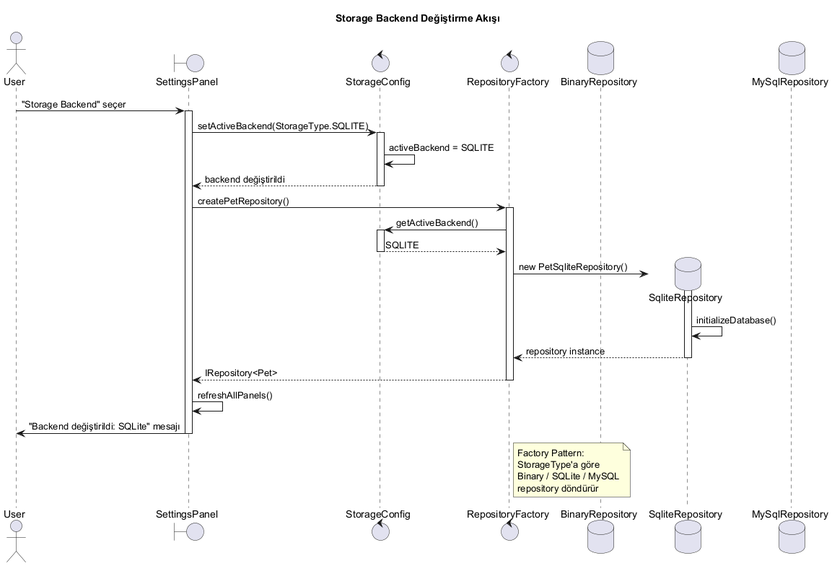
Earlier version of the PlantUML export design/plantuml/SwitchStorageSequence.png (SecureCypher/cen-206-38-mehdi-karagulle-java).
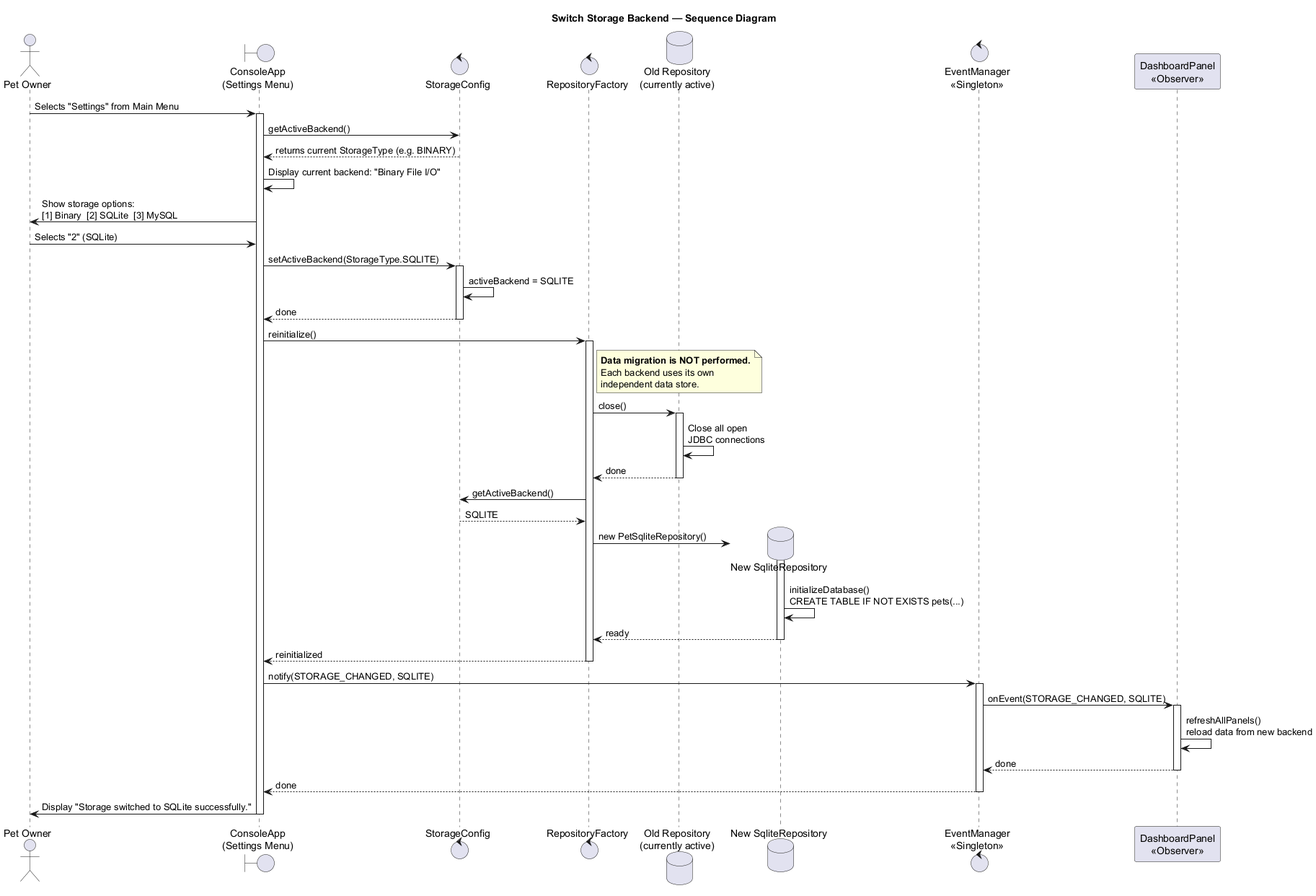
The same file after the commit.

The edit, as a diff of the source:
```diff
@@ -1,49 +1,68 @@
 @startuml SwitchStorageSequence
-title Storage Backend Değiştirme Akışı
+title Switch Storage Backend — Sequence Diagram
 
-actor "User" as User
-boundary "SettingsPanel" as UI
+actor "Pet Owner" as User
+boundary "ConsoleApp\n(Settings Menu)" as UI
 control "StorageConfig" as Config
 control "RepositoryFactory" as Factory
-database "BinaryRepository" as Binary
-database "SqliteRepository" as Sqlite
-database "MySqlRepository" as MySQL
+database "Old Repository\n(currently active)" as OldRepo
+database "New SqliteRepository" as NewRepo
+control "EventManager\n<<Singleton>>" as Event
+participant "DashboardPanel\n<<Observer>>" as Dash
 
-User -> UI : "Storage Backend" seçer
+User -> UI : Selects "Settings" from Main Menu
 activate UI
+UI -> Config : getActiveBackend()
+Config --> UI : returns current StorageType (e.g. BINARY)
+UI -> UI : Display current backend: "Binary File I/O"
+UI -> User : Show storage options:\n[1] Binary  [2] SQLite  [3] MySQL
+User -> UI : Selects "2" (SQLite)
 
 UI -> Config : setActiveBackend(StorageType.SQLITE)
 activate Config
 Config -> Config : activeBackend = SQLITE
-Config --> UI : backend değiştirildi
+Config --> UI : done
 deactivate Config
 
-UI -> Factory : createPetRepository()
+UI -> Factory : reinitialize()
 activate Factory
 
+note right of Factory
+  **Data migration is NOT performed.**
+  Each backend uses its own
+  independent data store.
+end note
+
+Factory -> OldRepo : close()
+activate OldRepo
+OldRepo -> OldRepo : Close all open\nJDBC connections
+OldRepo --> Factory : done
+deactivate OldRepo
+
 Factory -> Config : getActiveBackend()
-activate Config
 Config --> Factory : SQLITE
-deactivate Config
 
-Factory -> Sqlite ** : new PetSqliteRepository()
-activate Sqlite
-Sqlite -> Sqlite : initializeDatabase()
-Sqlite --> Factory : repository instance
-deactivate Sqlite
+Factory -> NewRepo ** : new PetSqliteRepository()
+activate NewRepo
+NewRepo -> NewRepo : initializeDatabase()\nCREATE TABLE IF NOT EXISTS pets(...)
+NewRepo --> Factory : ready
+deactivate NewRepo
 
-Factory --> UI : IRepository<Pet>
+Factory --> UI : reinitialized
 deactivate Factory
 
-UI -> UI : refreshAllPanels()
-UI -> User : "Backend değiştirildi: SQLite" mesajı
+UI -> Event : notify(STORAGE_CHANGED, SQLITE)
+activate Event
+Event -> Dash : onEvent(STORAGE_CHANGED, SQLITE)
+activate Dash
+Dash -> Dash : refreshAllPanels()\nreload data from new backend
+Dash --> Event : done
+deactivate Dash
+Event --> UI : done
+deactivate Event
+
+UI -> User : Display "Storage switched to SQLite successfully."
+
 deactivate UI
 
-note right of Factory
-  Factory Pattern:
-  StorageType'a göre
-  Binary / SQLite / MySQL
-  repository döndürür
-end note
-
 @enduml
```
